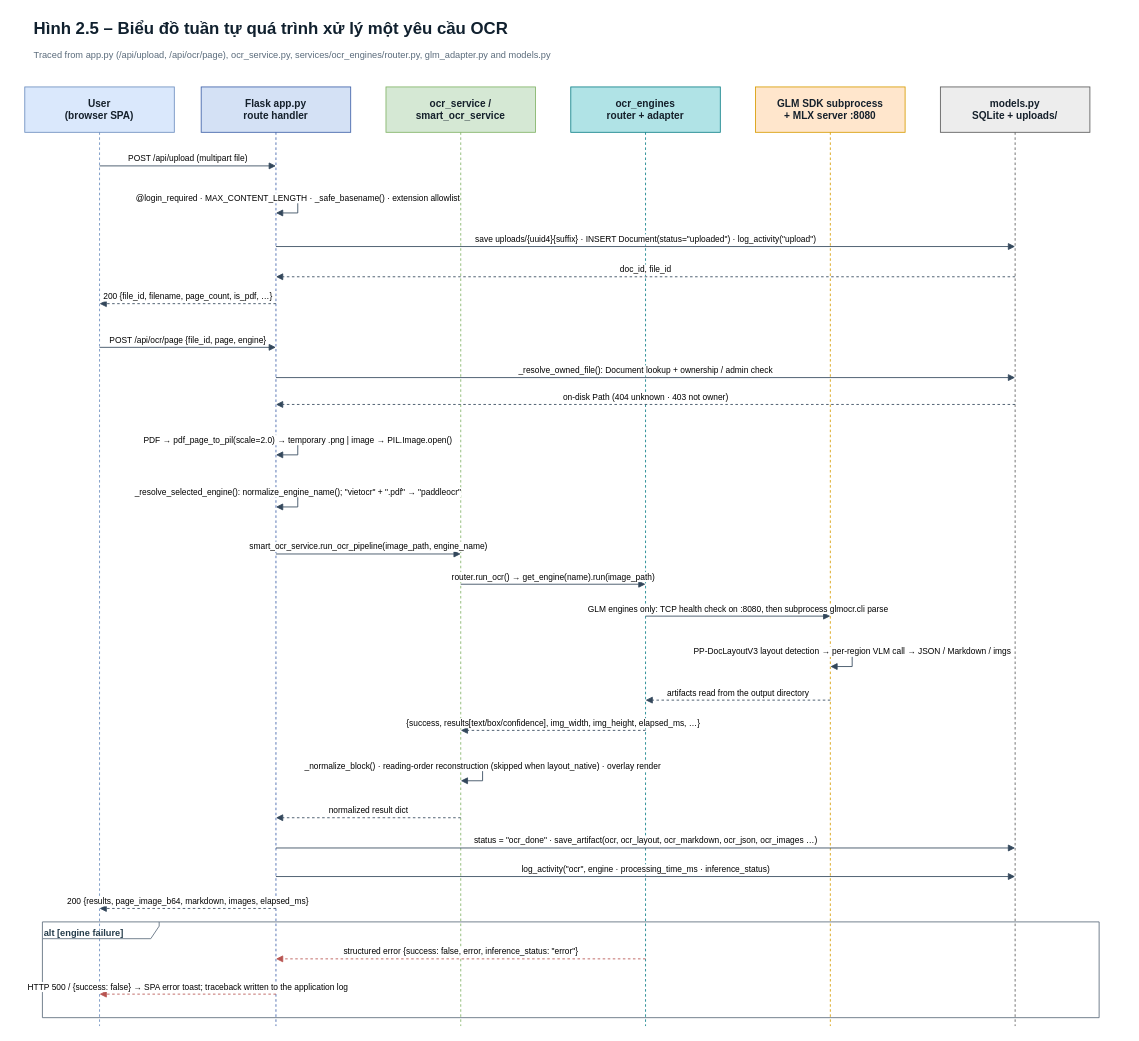
This is report_figures/chapter2/fig_2_5_sequence_ocr.drawio from imtoiteu/OCRandCorrectionVn, a draw.io file, before an edit. Source tidied: cells renumbered, new cells numbered last; positions are measured from the earlier drawing's top-left corner, leaving out a move shared by most shapes. Both pictures are drawn from the tidied source at 84%, with x=0, y=0 at pixel (24, 14).
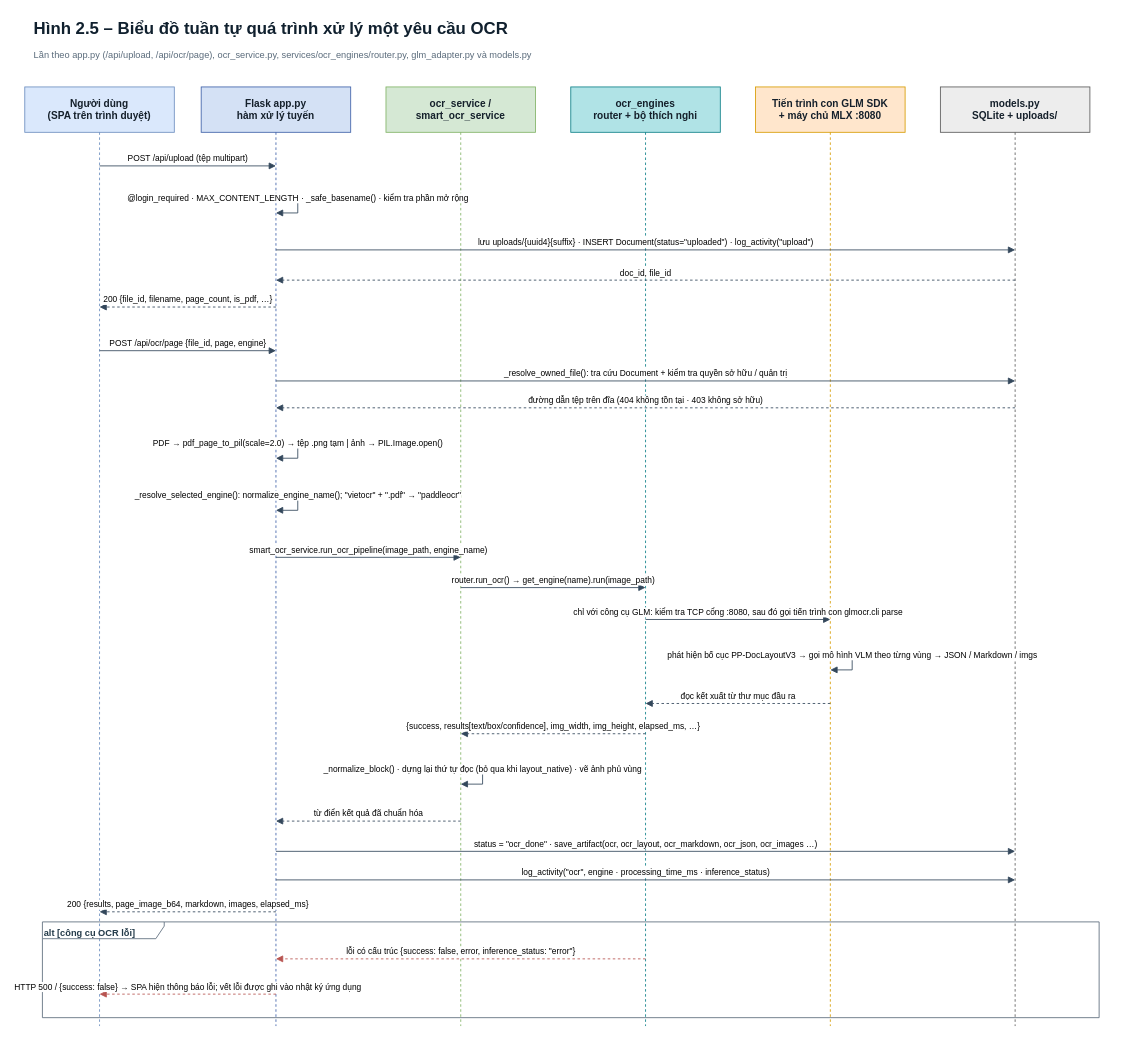
The same page after the edit.

Change to the diagram source:
```diff
@@
-    <mxCell id="3" value="Traced from app.py (/api/upload, /api/ocr/page), ocr_service.py, services/ocr_engines/router.py, glm_adapter.py and models.py" style="text;html=1;fontSize=11;verticalAlign=middle;align=left;fontColor=#5A6B7B;" parent="1" vertex="1">
+    <mxCell id="3" value="Lần theo app.py (/api/upload, /api/ocr/page), ocr_service.py, services/ocr_engines/router.py, glm_adapter.py và models.py" style="text;html=1;fontSize=11;verticalAlign=middle;align=left;fontColor=#5A6B7B;" parent="1" vertex="1">
       <mxGeometry x="9" y="38" width="1300" height="20" as="geometry" />
     </mxCell>
-    <mxCell id="4" value="User&lt;br&gt;(browser SPA)" style="shape=umlLifeline;perimeter=lifelinePerimeter;whiteSpace=wrap;html=1;fillColor=#DAE8FC;strokeColor=#6C8EBF;fontColor=#15202B;fontStyle=1;fontSize=12;size=54;" parent="1" vertex="1">
+    <mxCell id="4" value="Người dùng&lt;br&gt;(SPA trên trình duyệt)" style="shape=umlLifeline;perimeter=lifelinePerimeter;whiteSpace=wrap;html=1;fillColor=#DAE8FC;strokeColor=#6C8EBF;fontColor=#15202B;fontStyle=1;fontSize=12;size=54;" parent="1" vertex="1">
       <mxGeometry y="86" width="178" height="1118" as="geometry" />
     </mxCell>
-    <mxCell id="5" value="Flask app.py&lt;br&gt;route handler" style="shape=umlLifeline;perimeter=lifelinePerimeter;whiteSpace=wrap;html=1;fillColor=#D4E1F5;strokeColor=#3F61A8;fontColor=#15202B;fontStyle=1;fontSize=12;size=54;" parent="1" vertex="1">
+    <mxCell id="5" value="Flask app.py&lt;br&gt;hàm xử lý tuyến" style="shape=umlLifeline;perimeter=lifelinePerimeter;whiteSpace=wrap;html=1;fillColor=#D4E1F5;strokeColor=#3F61A8;fontColor=#15202B;fontStyle=1;fontSize=12;size=54;" parent="1" vertex="1">
       <mxGeometry x="210" y="86" width="178" height="1118" as="geometry" />
     </mxCell>
@@
-    <mxCell id="7" value="ocr_engines&lt;br&gt;router + adapter" style="shape=umlLifeline;perimeter=lifelinePerimeter;whiteSpace=wrap;html=1;fillColor=#B0E3E6;strokeColor=#0E8088;fontColor=#15202B;fontStyle=1;fontSize=12;size=54;" parent="1" vertex="1">
+    <mxCell id="7" value="ocr_engines&lt;br&gt;router + bộ thích nghi" style="shape=umlLifeline;perimeter=lifelinePerimeter;whiteSpace=wrap;html=1;fillColor=#B0E3E6;strokeColor=#0E8088;fontColor=#15202B;fontStyle=1;fontSize=12;size=54;" parent="1" vertex="1">
       <mxGeometry x="650" y="86" width="178" height="1118" as="geometry" />
     </mxCell>
-    <mxCell id="8" value="GLM SDK subprocess&lt;br&gt;+ MLX server :8080" style="shape=umlLifeline;perimeter=lifelinePerimeter;whiteSpace=wrap;html=1;fillColor=#FFE6CC;strokeColor=#D79B00;fontColor=#15202B;fontStyle=1;fontSize=12;size=54;" parent="1" vertex="1">
+    <mxCell id="8" value="Tiến trình con GLM SDK&lt;br&gt;+ máy chủ MLX :8080" style="shape=umlLifeline;perimeter=lifelinePerimeter;whiteSpace=wrap;html=1;fillColor=#FFE6CC;strokeColor=#D79B00;fontColor=#15202B;fontStyle=1;fontSize=12;size=54;" parent="1" vertex="1">
       <mxGeometry x="870" y="86" width="178" height="1118" as="geometry" />
     </mxCell>
@@
-    <mxCell id="10" value="alt  [engine failure]" style="shape=umlFrame;whiteSpace=wrap;html=1;fillColor=none;strokeColor=#5B6B7B;fontColor=#243B4A;fontStyle=1;fontSize=11;align=left;verticalAlign=top;width=139;height=20;" parent="1" vertex="1">
+    <mxCell id="10" value="alt  [công cụ OCR lỗi]" style="shape=umlFrame;whiteSpace=wrap;html=1;fillColor=none;strokeColor=#5B6B7B;fontColor=#243B4A;fontStyle=1;fontSize=11;align=left;verticalAlign=top;width=145;height=20;" parent="1" vertex="1">
       <mxGeometry x="21" y="1080" width="1258" height="114" as="geometry" />
     </mxCell>
-    <mxCell id="11" value="POST /api/upload   (multipart file)" style="html=1;endArrow=block;rounded=0;fontSize=10;strokeColor=#33475B;labelBackgroundColor=#FFFFFF;align=center;verticalAlign=bottom;" parent="1" edge="1">
+    <mxCell id="11" value="POST /api/upload   (tệp multipart)" style="html=1;endArrow=block;rounded=0;fontSize=10;strokeColor=#33475B;labelBackgroundColor=#FFFFFF;align=center;verticalAlign=bottom;" parent="1" edge="1">
       <mxGeometry relative="1" as="geometry">
         <mxPoint x="89" y="180" as="sourcePoint" />
         <mxPoint x="299" y="180" as="targetPoint" />
       </mxGeometry>
     </mxCell>
-    <mxCell id="12" value="@login_required · MAX_CONTENT_LENGTH · _safe_basename() · extension allowlist" style="html=1;endArrow=block;rounded=0;fontSize=10;strokeColor=#33475B;labelBackgroundColor=#FFFFFF;align=center;verticalAlign=bottom;edgeStyle=orthogonalEdgeStyle;" parent="1" edge="1">
+    <mxCell id="12" value="@login_required · MAX_CONTENT_LENGTH · _safe_basename() · kiểm tra phần mở rộng" style="html=1;endArrow=block;rounded=0;fontSize=10;strokeColor=#33475B;labelBackgroundColor=#FFFFFF;align=center;verticalAlign=bottom;edgeStyle=orthogonalEdgeStyle;" parent="1" edge="1">
       <mxGeometry relative="1" as="geometry">
         <mxPoint x="299" y="218" as="sourcePoint" />
         <mxPoint x="299" y="236" as="targetPoint" />
         <Array as="points">
           <mxPoint x="325" y="218" />
           <mxPoint x="325" y="236" />
         </Array>
       </mxGeometry>
     </mxCell>
-    <mxCell id="13" value="save uploads/{uuid4}{suffix} · INSERT Document(status=&quot;uploaded&quot;) · log_activity(&quot;upload&quot;)" style="html=1;endArrow=block;rounded=0;fontSize=10;strokeColor=#33475B;labelBackgroundColor=#FFFFFF;align=center;verticalAlign=bottom;" parent="1" edge="1">
+    <mxCell id="13" value="lưu uploads/{uuid4}{suffix} · INSERT Document(status=&quot;uploaded&quot;) · log_activity(&quot;upload&quot;)" style="html=1;endArrow=block;rounded=0;fontSize=10;strokeColor=#33475B;labelBackgroundColor=#FFFFFF;align=center;verticalAlign=bottom;" parent="1" edge="1">
       <mxGeometry relative="1" as="geometry">
-        <mxPoint x="299" y="276" as="sourcePoint" />
-        <mxPoint x="1179" y="276" as="targetPoint" />
+        <mxPoint x="299" y="280" as="sourcePoint" />
+        <mxPoint x="1179" y="280" as="targetPoint" />
       </mxGeometry>
     </mxCell>
     <mxCell id="14" value="doc_id, file_id" style="html=1;endArrow=block;rounded=0;fontSize=10;strokeColor=#33475B;labelBackgroundColor=#FFFFFF;align=center;verticalAlign=bottom;dashed=1;" parent="1" edge="1">
       <mxGeometry relative="1" as="geometry">
-        <mxPoint x="1179" y="312" as="sourcePoint" />
-        <mxPoint x="299" y="312" as="targetPoint" />
+        <mxPoint x="1179" y="316" as="sourcePoint" />
+        <mxPoint x="299" y="316" as="targetPoint" />
       </mxGeometry>
     </mxCell>
     <mxCell id="15" value="200 {file_id, filename, page_count, is_pdf, …}" style="html=1;endArrow=block;rounded=0;fontSize=10;strokeColor=#33475B;labelBackgroundColor=#FFFFFF;align=center;verticalAlign=bottom;dashed=1;" parent="1" edge="1">
       <mxGeometry relative="1" as="geometry">
-        <mxPoint x="299" y="344" as="sourcePoint" />
-        <mxPoint x="89" y="344" as="targetPoint" />
+        <mxPoint x="299" y="348" as="sourcePoint" />
+        <mxPoint x="89" y="348" as="targetPoint" />
       </mxGeometry>
     </mxCell>
     <mxCell id="16" value="POST /api/ocr/page  {file_id, page, engine}" style="html=1;endArrow=block;rounded=0;fontSize=10;strokeColor=#33475B;labelBackgroundColor=#FFFFFF;align=center;verticalAlign=bottom;" parent="1" edge="1">
       <mxGeometry relative="1" as="geometry">
-        <mxPoint x="89" y="396" as="sourcePoint" />
-        <mxPoint x="299" y="396" as="targetPoint" />
+        <mxPoint x="89" y="400" as="sourcePoint" />
+        <mxPoint x="299" y="400" as="targetPoint" />
       </mxGeometry>
     </mxCell>
-    <mxCell id="17" value="_resolve_owned_file(): Document lookup + ownership / admin check" style="html=1;endArrow=block;rounded=0;fontSize=10;strokeColor=#33475B;labelBackgroundColor=#FFFFFF;align=center;verticalAlign=bottom;" parent="1" edge="1">
+    <mxCell id="17" value="_resolve_owned_file(): tra cứu Document + kiểm tra quyền sở hữu / quản trị" style="html=1;endArrow=block;rounded=0;fontSize=10;strokeColor=#33475B;labelBackgroundColor=#FFFFFF;align=center;verticalAlign=bottom;" parent="1" edge="1">
       <mxGeometry relative="1" as="geometry">
-        <mxPoint x="299" y="432" as="sourcePoint" />
-        <mxPoint x="1179" y="432" as="targetPoint" />
+        <mxPoint x="299" y="436" as="sourcePoint" />
+        <mxPoint x="1179" y="436" as="targetPoint" />
       </mxGeometry>
     </mxCell>
-    <mxCell id="18" value="on-disk Path  (404 unknown · 403 not owner)" style="html=1;endArrow=block;rounded=0;fontSize=10;strokeColor=#33475B;labelBackgroundColor=#FFFFFF;align=center;verticalAlign=bottom;dashed=1;" parent="1" edge="1">
+    <mxCell id="18" value="đường dẫn tệp trên đĩa  (404 không tồn tại · 403 không sở hữu)" style="html=1;endArrow=block;rounded=0;fontSize=10;strokeColor=#33475B;labelBackgroundColor=#FFFFFF;align=center;verticalAlign=bottom;dashed=1;" parent="1" edge="1">
       <mxGeometry relative="1" as="geometry">
-        <mxPoint x="1179" y="464" as="sourcePoint" />
-        <mxPoint x="299" y="464" as="targetPoint" />
+        <mxPoint x="1179" y="468" as="sourcePoint" />
+        <mxPoint x="299" y="468" as="targetPoint" />
       </mxGeometry>
     </mxCell>
-    <mxCell id="19" value="PDF → pdf_page_to_pil(scale=2.0) → temporary .png     |     image → PIL.Image.open()" style="html=1;endArrow=block;rounded=0;fontSize=10;strokeColor=#33475B;labelBackgroundColor=#FFFFFF;align=center;verticalAlign=bottom;edgeStyle=orthogonalEdgeStyle;" parent="1" edge="1">
+    <mxCell id="19" value="PDF → pdf_page_to_pil(scale=2.0) → tệp .png tạm     |     ảnh → PIL.Image.open()" style="html=1;endArrow=block;rounded=0;fontSize=10;strokeColor=#33475B;labelBackgroundColor=#FFFFFF;align=center;verticalAlign=bottom;edgeStyle=orthogonalEdgeStyle;" parent="1" edge="1">
       <mxGeometry relative="1" as="geometry">
-        <mxPoint x="299" y="506" as="sourcePoint" />
-        <mxPoint x="299" y="524" as="targetPoint" />
+        <mxPoint x="299" y="510" as="sourcePoint" />
+        <mxPoint x="299" y="528" as="targetPoint" />
         <Array as="points">
-          <mxPoint x="325" y="506" />
-          <mxPoint x="325" y="524" />
+          <mxPoint x="325" y="510" />
+          <mxPoint x="325" y="528" />
         </Array>
       </mxGeometry>
     </mxCell>
     <mxCell id="20" value="_resolve_selected_engine(): normalize_engine_name(); &quot;vietocr&quot; + &quot;.pdf&quot; → &quot;paddleocr&quot;" style="html=1;endArrow=block;rounded=0;fontSize=10;strokeColor=#33475B;labelBackgroundColor=#FFFFFF;align=center;verticalAlign=bottom;edgeStyle=orthogonalEdgeStyle;" parent="1" edge="1">
       <mxGeometry relative="1" as="geometry">
-        <mxPoint x="299" y="568" as="sourcePoint" />
-        <mxPoint x="299" y="586" as="targetPoint" />
+        <mxPoint x="299" y="572" as="sourcePoint" />
+        <mxPoint x="299" y="590" as="targetPoint" />
         <Array as="points">
-          <mxPoint x="325" y="568" />
-          <mxPoint x="325" y="586" />
+          <mxPoint x="325" y="572" />
+          <mxPoint x="325" y="590" />
         </Array>
       </mxGeometry>
     </mxCell>
     <mxCell id="21" value="smart_ocr_service.run_ocr_pipeline(image_path, engine_name)" style="html=1;endArrow=block;rounded=0;fontSize=10;strokeColor=#33475B;labelBackgroundColor=#FFFFFF;align=center;verticalAlign=bottom;" parent="1" edge="1">
       <mxGeometry relative="1" as="geometry">
-        <mxPoint x="299" y="642" as="sourcePoint" />
-        <mxPoint x="519" y="642" as="targetPoint" />
+        <mxPoint x="299" y="646" as="sourcePoint" />
+        <mxPoint x="519" y="646" as="targetPoint" />
       </mxGeometry>
     </mxCell>
     <mxCell id="22" value="router.run_ocr() → get_engine(name).run(image_path)" style="html=1;endArrow=block;rounded=0;fontSize=10;strokeColor=#33475B;labelBackgroundColor=#FFFFFF;align=center;verticalAlign=bottom;" parent="1" edge="1">
       <mxGeometry relative="1" as="geometry">
-        <mxPoint x="519" y="678" as="sourcePoint" />
-        <mxPoint x="739" y="678" as="targetPoint" />
+        <mxPoint x="519" y="682" as="sourcePoint" />
+        <mxPoint x="739" y="682" as="targetPoint" />
       </mxGeometry>
     </mxCell>
-    <mxCell id="23" value="GLM engines only: TCP health check on :8080, then subprocess glmocr.cli parse" style="html=1;endArrow=block;rounded=0;fontSize=10;strokeColor=#33475B;labelBackgroundColor=#FFFFFF;align=center;verticalAlign=bottom;" parent="1" edge="1">
+    <mxCell id="23" value="chỉ với công cụ GLM: kiểm tra TCP cổng :8080, sau đó gọi tiến trình con glmocr.cli parse" style="html=1;endArrow=block;rounded=0;fontSize=10;strokeColor=#33475B;labelBackgroundColor=#FFFFFF;align=center;verticalAlign=bottom;" parent="1" edge="1">
       <mxGeometry relative="1" as="geometry">
-        <mxPoint x="739" y="716" as="sourcePoint" />
-        <mxPoint x="959" y="716" as="targetPoint" />
+        <mxPoint x="739" y="720" as="sourcePoint" />
+        <mxPoint x="959" y="720" as="targetPoint" />
       </mxGeometry>
     </mxCell>
-    <mxCell id="24" value="PP-DocLayoutV3 layout detection → per-region VLM call → JSON / Markdown / imgs" style="html=1;endArrow=block;rounded=0;fontSize=10;strokeColor=#33475B;labelBackgroundColor=#FFFFFF;align=center;verticalAlign=bottom;edgeStyle=orthogonalEdgeStyle;" parent="1" edge="1">
+    <mxCell id="24" value="phát hiện bố cục PP-DocLayoutV3 → gọi mô hình VLM theo từng vùng → JSON / Markdown / imgs" style="html=1;endArrow=block;rounded=0;fontSize=10;strokeColor=#33475B;labelBackgroundColor=#FFFFFF;align=center;verticalAlign=bottom;edgeStyle=orthogonalEdgeStyle;" parent="1" edge="1">
       <mxGeometry relative="1" as="geometry">
-        <mxPoint x="959" y="758" as="sourcePoint" />
-        <mxPoint x="959" y="776" as="targetPoint" />
+        <mxPoint x="959" y="762" as="sourcePoint" />
+        <mxPoint x="959" y="780" as="targetPoint" />
         <Array as="points">
-          <mxPoint x="985" y="758" />
-          <mxPoint x="985" y="776" />
+          <mxPoint x="985" y="762" />
+          <mxPoint x="985" y="780" />
         </Array>
       </mxGeometry>
     </mxCell>
-    <mxCell id="25" value="artifacts read from the output directory" style="html=1;endArrow=block;rounded=0;fontSize=10;strokeColor=#33475B;labelBackgroundColor=#FFFFFF;align=center;verticalAlign=bottom;dashed=1;" parent="1" edge="1">
+    <mxCell id="25" value="đọc kết xuất từ thư mục đầu ra" style="html=1;endArrow=block;rounded=0;fontSize=10;strokeColor=#33475B;labelBackgroundColor=#FFFFFF;align=center;verticalAlign=bottom;dashed=1;" parent="1" edge="1">
       <mxGeometry relative="1" as="geometry">
-        <mxPoint x="959" y="816" as="sourcePoint" />
-        <mxPoint x="739" y="816" as="targetPoint" />
+        <mxPoint x="959" y="820" as="sourcePoint" />
+        <mxPoint x="739" y="820" as="targetPoint" />
       </mxGeometry>
     </mxCell>
     <mxCell id="26" value="{success, results[text/box/confidence], img_width, img_height, elapsed_ms, …}" style="html=1;endArrow=block;rounded=0;fontSize=10;strokeColor=#33475B;labelBackgroundColor=#FFFFFF;align=center;verticalAlign=bottom;dashed=1;" parent="1" edge="1">
       <mxGeometry relative="1" as="geometry">
-        <mxPoint x="739" y="852" as="sourcePoint" />
-        <mxPoint x="519" y="852" as="targetPoint" />
+        <mxPoint x="739" y="856" as="sourcePoint" />
+        <mxPoint x="519" y="856" as="targetPoint" />
       </mxGeometry>
     </mxCell>
-    <mxCell id="27" value="_normalize_block() · reading-order reconstruction (skipped when layout_native) · overlay render" style="html=1;endArrow=block;rounded=0;fontSize=10;strokeColor=#33475B;labelBackgroundColor=#FFFFFF;align=center;verticalAlign=bottom;edgeStyle=orthogonalEdgeStyle;" parent="1" edge="1">
+    <mxCell id="27" value="_normalize_block() · dựng lại thứ tự đọc (bỏ qua khi layout_native) · vẽ ảnh phủ vùng" style="html=1;endArrow=block;rounded=0;fontSize=10;strokeColor=#33475B;labelBackgroundColor=#FFFFFF;align=center;verticalAlign=bottom;edgeStyle=orthogonalEdgeStyle;" parent="1" edge="1">
       <mxGeometry relative="1" as="geometry">
-        <mxPoint x="519" y="894" as="sourcePoint" />
-        <mxPoint x="519" y="912" as="targetPoint" />
+        <mxPoint x="519" y="898" as="sourcePoint" />
+        <mxPoint x="519" y="916" as="targetPoint" />
         <Array as="points">
-          <mxPoint x="545" y="894" />
-          <mxPoint x="545" y="912" />
+          <mxPoint x="545" y="898" />
+          <mxPoint x="545" y="916" />
         </Array>
       </mxGeometry>
     </mxCell>
-    <mxCell id="28" value="normalized result dict" style="html=1;endArrow=block;rounded=0;fontSize=10;strokeColor=#33475B;labelBackgroundColor=#FFFFFF;align=center;verticalAlign=bottom;dashed=1;" parent="1" edge="1">
+    <mxCell id="28" value="từ điển kết quả đã chuẩn hóa" style="html=1;endArrow=block;rounded=0;fontSize=10;strokeColor=#33475B;labelBackgroundColor=#FFFFFF;align=center;verticalAlign=bottom;dashed=1;" parent="1" edge="1">
       <mxGeometry relative="1" as="geometry">
-        <mxPoint x="519" y="956" as="sourcePoint" />
-        <mxPoint x="299" y="956" as="targetPoint" />
+        <mxPoint x="519" y="960" as="sourcePoint" />
+        <mxPoint x="299" y="960" as="targetPoint" />
       </mxGeometry>
     </mxCell>
     <mxCell id="29" value="status = &quot;ocr_done&quot; · save_artifact(ocr, ocr_layout, ocr_markdown, ocr_json, ocr_images …)" style="html=1;endArrow=block;rounded=0;fontSize=10;strokeColor=#33475B;labelBackgroundColor=#FFFFFF;align=center;verticalAlign=bottom;" parent="1" edge="1">
       <mxGeometry relative="1" as="geometry">
-        <mxPoint x="299" y="992" as="sourcePoint" />
-        <mxPoint x="1179" y="992" as="targetPoint" />
+        <mxPoint x="299" y="996" as="sourcePoint" />
+        <mxPoint x="1179" y="996" as="targetPoint" />
       </mxGeometry>
     </mxCell>
     <mxCell id="30" value="log_activity(&quot;ocr&quot;, engine · processing_time_ms · inference_status)" style="html=1;endArrow=block;rounded=0;fontSize=10;strokeColor=#33475B;labelBackgroundColor=#FFFFFF;align=center;verticalAlign=bottom;" parent="1" edge="1">
       <mxGeometry relative="1" as="geometry">
-        <mxPoint x="299" y="1026" as="sourcePoint" />
-        <mxPoint x="1179" y="1026" as="targetPoint" />
+        <mxPoint x="299" y="1030" as="sourcePoint" />
+        <mxPoint x="1179" y="1030" as="targetPoint" />
       </mxGeometry>
     </mxCell>
     <mxCell id="31" value="200 {results, page_image_b64, markdown, images, elapsed_ms}" style="html=1;endArrow=block;rounded=0;fontSize=10;strokeColor=#33475B;labelBackgroundColor=#FFFFFF;align=center;verticalAlign=bottom;dashed=1;" parent="1" edge="1">
       <mxGeometry relative="1" as="geometry">
-        <mxPoint x="299" y="1064" as="sourcePoint" />
-        <mxPoint x="89" y="1064" as="targetPoint" />
+        <mxPoint x="299" y="1068" as="sourcePoint" />
+        <mxPoint x="89" y="1068" as="targetPoint" />
       </mxGeometry>
     </mxCell>
-    <mxCell id="32" value="structured error {success: false, error, inference_status: &quot;error&quot;}" style="html=1;endArrow=block;rounded=0;fontSize=10;strokeColor=#B85450;labelBackgroundColor=#FFFFFF;align=center;verticalAlign=bottom;dashed=1;" parent="1" edge="1">
+    <mxCell id="32" value="lỗi có cấu trúc {success: false, error, inference_status: &quot;error&quot;}" style="html=1;endArrow=block;rounded=0;fontSize=10;strokeColor=#B85450;labelBackgroundColor=#FFFFFF;align=center;verticalAlign=bottom;dashed=1;" parent="1" edge="1">
       <mxGeometry relative="1" as="geometry">
         <mxPoint x="739" y="1124" as="sourcePoint" />
         <mxPoint x="299" y="1124" as="targetPoint" />
       </mxGeometry>
     </mxCell>
-    <mxCell id="33" value="HTTP 500 / {success: false} → SPA error toast; traceback written to the application log" style="html=1;endArrow=block;rounded=0;fontSize=10;strokeColor=#B85450;labelBackgroundColor=#FFFFFF;align=center;verticalAlign=bottom;dashed=1;" parent="1" edge="1">
+    <mxCell id="33" value="HTTP 500 / {success: false} → SPA hiện thông báo lỗi; vết lỗi được ghi vào nhật ký ứng dụng" style="html=1;endArrow=block;rounded=0;fontSize=10;strokeColor=#B85450;labelBackgroundColor=#FFFFFF;align=center;verticalAlign=bottom;dashed=1;" parent="1" edge="1">
       <mxGeometry relative="1" as="geometry">
         <mxPoint x="299" y="1166" as="sourcePoint" />
         <mxPoint x="89" y="1166" as="targetPoint" />
       </mxGeometry>
     </mxCell>
```
